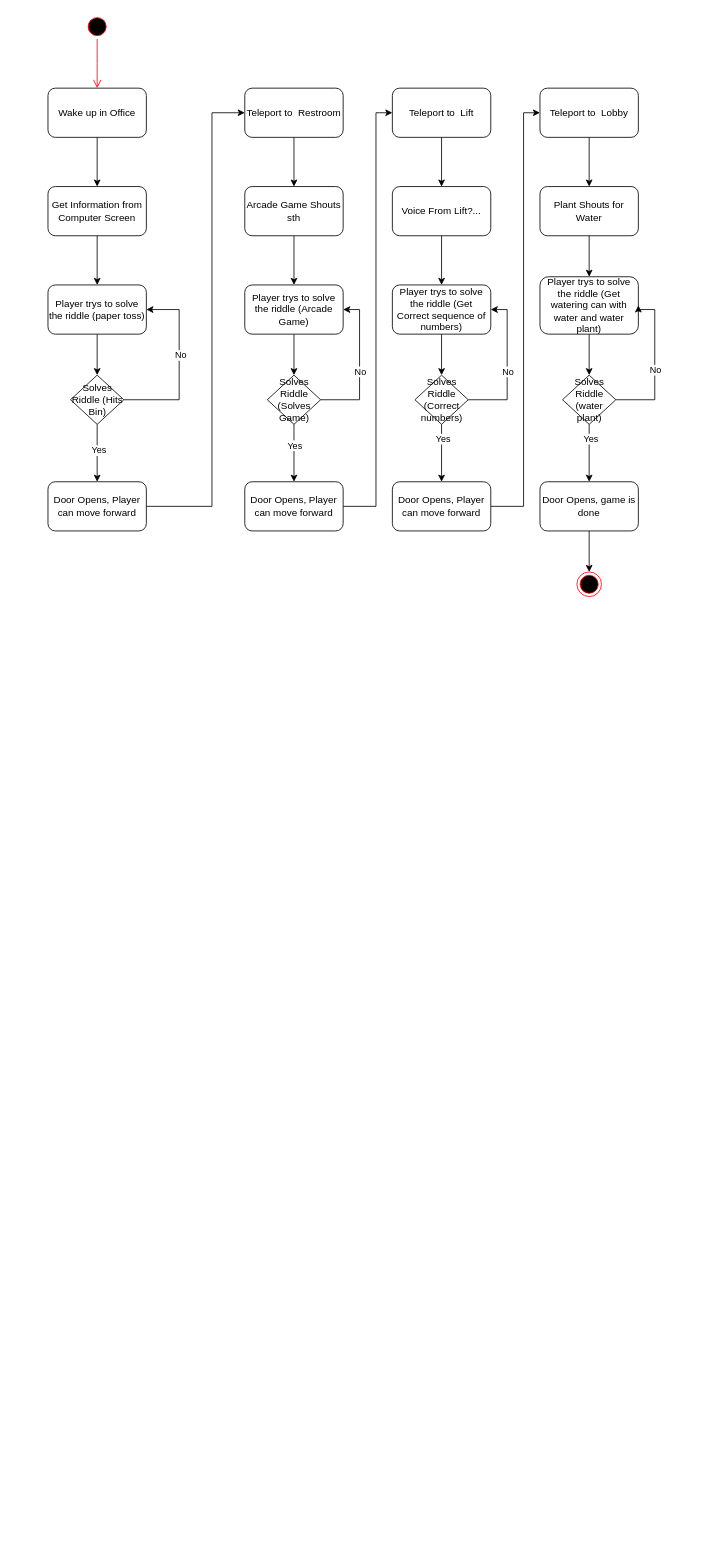
Earlier version of the draw.io diagram GameJam/UMLs.drawio (LksWllmnn/GD_PaulSpez23). Source tidied: cells renumbered, new cells numbered last; positions are measured from the earlier drawing's top-left corner, leaving out a move shared by most shapes. Both pictures are drawn from the tidied source at 82%, with x=0, y=0 at pixel (48, 14).
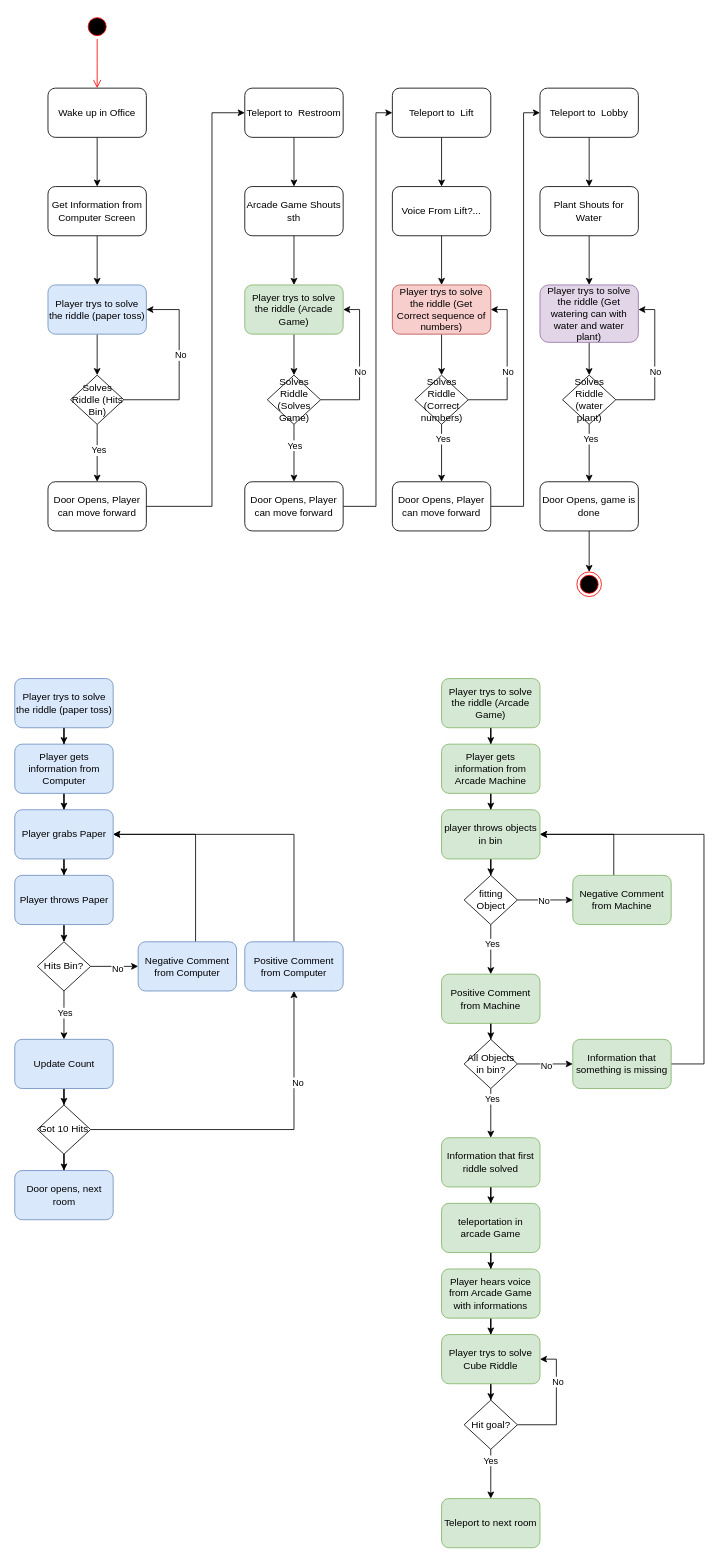
The same page after the edit.

The change refers to these unchanged cells:
```xml
<mxCell id="53" value="Solves Riddle (water plant)" style="rhombus;whiteSpace=wrap;html=1;" parent="1" vertex="1">
  <mxGeometry x="627.5" y="440" width="65" height="60" as="geometry" />
</mxCell>
```

Diff of the diagram source:
```diff
@@
-    <mxCell id="9" value="Player trys to solve the riddle (paper toss)" style="rounded=1;whiteSpace=wrap;html=1;" parent="1" vertex="1">
+    <mxCell id="9" value="Player trys to solve the riddle (paper toss)" style="rounded=1;whiteSpace=wrap;html=1;fillColor=#dae8fc;strokeColor=#6c8ebf;" parent="1" vertex="1">
       <mxGeometry y="330" width="120" height="60" as="geometry" />
     </mxCell>
@@
-    <mxCell id="22" value="Player trys to solve the riddle (Arcade Game)" style="rounded=1;whiteSpace=wrap;html=1;" parent="1" vertex="1">
+    <mxCell id="22" value="Player trys to solve the riddle (Arcade Game)" style="rounded=1;whiteSpace=wrap;html=1;fillColor=#d5e8d4;strokeColor=#82b366;" parent="1" vertex="1">
       <mxGeometry x="240" y="330" width="120" height="60" as="geometry" />
     </mxCell>
@@
-    <mxCell id="35" value="Player trys to solve the riddle (Get Correct sequence of numbers)" style="rounded=1;whiteSpace=wrap;html=1;" parent="1" vertex="1">
+    <mxCell id="35" value="Player trys to solve the riddle (Get Correct sequence of numbers)" style="rounded=1;whiteSpace=wrap;html=1;fillColor=#f8cecc;strokeColor=#b85450;" parent="1" vertex="1">
       <mxGeometry x="420" y="330" width="120" height="60" as="geometry" />
     </mxCell>
@@
-    <mxCell id="48" value="Player trys to solve the riddle (Get watering can with water and water plant)" style="rounded=1;whiteSpace=wrap;html=1;" parent="1" vertex="1">
-      <mxGeometry x="600" y="320" width="120" height="70" as="geometry" />
+    <mxCell id="48" value="Player trys to solve the riddle (Get watering can with water and water plant)" style="rounded=1;whiteSpace=wrap;html=1;fillColor=#e1d5e7;strokeColor=#9673a6;" parent="1" vertex="1">
+      <mxGeometry x="600" y="330" width="120" height="70" as="geometry" />
     </mxCell>
-    <mxCell id="49" style="edgeStyle=orthogonalEdgeStyle;rounded=0;jettySize=auto;html=1;entryX=1;entryY=0.5;entryDx=0;entryDy=0;" parent="1" edge="1" source="53" target="48">
+    <mxCell id="49" style="edgeStyle=orthogonalEdgeStyle;rounded=0;jettySize=auto;html=1;" parent="1" edge="1" source="53" target="48">
       <mxGeometry relative="1" as="geometry">
         <Array as="points">
           <mxPoint x="740" y="470" />
           <mxPoint x="740" y="360" />
         </Array>
       </mxGeometry>
     </mxCell>
@@
+    <mxCell id="57" style="edgeStyle=orthogonalEdgeStyle;rounded=0;jettySize=auto;html=1;" parent="1" edge="1" source="58" target="60">
+      <mxGeometry relative="1" as="geometry" />
+    </mxCell>
+    <mxCell id="58" value="Player gets information from Computer" style="rounded=1;whiteSpace=wrap;html=1;fillColor=#dae8fc;strokeColor=#6c8ebf;" parent="1" vertex="1">
+      <mxGeometry x="-40.5" y="890" width="120" height="60" as="geometry" />
+    </mxCell>
+    <mxCell id="59" style="edgeStyle=orthogonalEdgeStyle;rounded=0;jettySize=auto;html=1;" parent="1" edge="1" source="60" target="62">
+      <mxGeometry relative="1" as="geometry" />
+    </mxCell>
+    <mxCell id="60" value="Player grabs Paper" style="rounded=1;whiteSpace=wrap;html=1;fillColor=#dae8fc;strokeColor=#6c8ebf;" parent="1" vertex="1">
+      <mxGeometry x="-40.5" y="970" width="120" height="60" as="geometry" />
+    </mxCell>
+    <mxCell id="61" style="edgeStyle=orthogonalEdgeStyle;rounded=0;jettySize=auto;html=1;" parent="1" edge="1" source="62" target="67">
+      <mxGeometry relative="1" as="geometry" />
+    </mxCell>
+    <mxCell id="62" value="Player throws Paper" style="rounded=1;whiteSpace=wrap;html=1;fillColor=#dae8fc;strokeColor=#6c8ebf;" parent="1" vertex="1">
+      <mxGeometry x="-40.5" y="1050" width="120" height="60" as="geometry" />
+    </mxCell>
+    <mxCell id="63" style="edgeStyle=orthogonalEdgeStyle;rounded=0;jettySize=auto;html=1;" parent="1" edge="1" source="67" target="77">
+      <mxGeometry relative="1" as="geometry">
+        <Array as="points">
+          <mxPoint x="180" y="1161" />
+        </Array>
+      </mxGeometry>
+    </mxCell>
+    <mxCell id="64" value="No" style="edgeLabel;html=1;align=center;verticalAlign=middle;" parent="63" vertex="1">
+      <mxGeometry x="0.12" y="-1" relative="1" as="geometry">
+        <mxPoint y="1" as="offset" />
+      </mxGeometry>
+    </mxCell>
+    <mxCell id="65" style="edgeStyle=orthogonalEdgeStyle;rounded=0;jettySize=auto;html=1;" parent="1" edge="1" source="67" target="69">
+      <mxGeometry relative="1" as="geometry" />
+    </mxCell>
+    <mxCell id="66" value="Yes" style="edgeLabel;html=1;align=center;verticalAlign=middle;" parent="65" vertex="1">
+      <mxGeometry x="-0.13" y="1" relative="1" as="geometry" />
+    </mxCell>
+    <mxCell id="67" value="Hits Bin?" style="rhombus;whiteSpace=wrap;html=1;" parent="1" vertex="1">
+      <mxGeometry x="-13" y="1131" width="65" height="60" as="geometry" />
+    </mxCell>
+    <mxCell id="68" style="edgeStyle=orthogonalEdgeStyle;rounded=0;jettySize=auto;html=1;" parent="1" edge="1" source="69" target="73">
+      <mxGeometry relative="1" as="geometry" />
+    </mxCell>
+    <mxCell id="69" value="Update Count" style="rounded=1;whiteSpace=wrap;html=1;fillColor=#dae8fc;strokeColor=#6c8ebf;" parent="1" vertex="1">
+      <mxGeometry x="-40.5" y="1250" width="120" height="60" as="geometry" />
+    </mxCell>
+    <mxCell id="70" style="edgeStyle=orthogonalEdgeStyle;rounded=0;jettySize=auto;html=1;" parent="1" edge="1" source="73" target="75">
+      <mxGeometry relative="1" as="geometry" />
+    </mxCell>
+    <mxCell id="71" value="No" style="edgeLabel;html=1;align=center;verticalAlign=middle;" parent="70" vertex="1">
+      <mxGeometry x="0.47" y="-4" relative="1" as="geometry" />
+    </mxCell>
+    <mxCell id="72" style="edgeStyle=orthogonalEdgeStyle;rounded=0;jettySize=auto;html=1;" parent="1" edge="1" source="73" target="78">
+      <mxGeometry relative="1" as="geometry" />
+    </mxCell>
+    <mxCell id="73" value="Got 10 Hits" style="rhombus;whiteSpace=wrap;html=1;" parent="1" vertex="1">
+      <mxGeometry x="-13" y="1330" width="65" height="60" as="geometry" />
+    </mxCell>
+    <mxCell id="74" style="edgeStyle=orthogonalEdgeStyle;rounded=0;jettySize=auto;html=1;" parent="1" edge="1" source="75" target="60">
+      <mxGeometry relative="1" as="geometry">
+        <Array as="points">
+          <mxPoint x="300" y="1000" />
+        </Array>
+      </mxGeometry>
+    </mxCell>
+    <mxCell id="75" value="Positive Comment from Computer" style="rounded=1;whiteSpace=wrap;html=1;fillColor=#dae8fc;strokeColor=#6c8ebf;" parent="1" vertex="1">
+      <mxGeometry x="240" y="1131" width="120" height="60" as="geometry" />
+    </mxCell>
+    <mxCell id="76" style="edgeStyle=orthogonalEdgeStyle;rounded=0;jettySize=auto;html=1;" parent="1" edge="1" source="77" target="60">
+      <mxGeometry relative="1" as="geometry">
+        <Array as="points">
+          <mxPoint x="180" y="1000" />
+        </Array>
+      </mxGeometry>
+    </mxCell>
+    <mxCell id="77" value="Negative Comment from Computer" style="rounded=1;whiteSpace=wrap;html=1;fillColor=#dae8fc;strokeColor=#6c8ebf;" parent="1" vertex="1">
+      <mxGeometry x="110" y="1131" width="120" height="60" as="geometry" />
+    </mxCell>
+    <mxCell id="78" value="Door opens, next room" style="rounded=1;whiteSpace=wrap;html=1;fillColor=#dae8fc;strokeColor=#6c8ebf;" parent="1" vertex="1">
+      <mxGeometry x="-40.5" y="1410" width="120" height="60" as="geometry" />
+    </mxCell>
+    <mxCell id="79" style="edgeStyle=orthogonalEdgeStyle;rounded=0;jettySize=auto;html=1;" parent="1" edge="1" source="80" target="84">
+      <mxGeometry relative="1" as="geometry" />
+    </mxCell>
+    <mxCell id="80" value="Player trys to solve the riddle (Arcade Game)" style="rounded=1;whiteSpace=wrap;html=1;fillColor=#d5e8d4;strokeColor=#82b366;" parent="1" vertex="1">
+      <mxGeometry x="480" y="810" width="120" height="60" as="geometry" />
+    </mxCell>
+    <mxCell id="81" style="edgeStyle=orthogonalEdgeStyle;rounded=0;jettySize=auto;html=1;" parent="1" edge="1" source="82" target="58">
+      <mxGeometry relative="1" as="geometry" />
+    </mxCell>
+    <mxCell id="82" value="Player trys to solve the riddle (paper toss)" style="rounded=1;whiteSpace=wrap;html=1;fillColor=#dae8fc;strokeColor=#6c8ebf;" parent="1" vertex="1">
+      <mxGeometry x="-40.5" y="810" width="120" height="60" as="geometry" />
+    </mxCell>
+    <mxCell id="83" style="edgeStyle=orthogonalEdgeStyle;rounded=0;jettySize=auto;html=1;" parent="1" edge="1" source="84" target="86">
+      <mxGeometry relative="1" as="geometry" />
+    </mxCell>
+    <mxCell id="84" value="Player gets information from Arcade Machine" style="rounded=1;whiteSpace=wrap;html=1;fillColor=#d5e8d4;strokeColor=#82b366;" parent="1" vertex="1">
+      <mxGeometry x="480" y="890" width="120" height="60" as="geometry" />
+    </mxCell>
+    <mxCell id="85" style="edgeStyle=orthogonalEdgeStyle;rounded=0;jettySize=auto;html=1;" parent="1" edge="1" source="86" target="91">
+      <mxGeometry relative="1" as="geometry" />
+    </mxCell>
+    <mxCell id="86" value="player throws objects in bin" style="rounded=1;whiteSpace=wrap;html=1;fillColor=#d5e8d4;strokeColor=#82b366;" parent="1" vertex="1">
+      <mxGeometry x="480" y="970" width="120" height="60" as="geometry" />
+    </mxCell>
+    <mxCell id="87" style="edgeStyle=orthogonalEdgeStyle;rounded=0;jettySize=auto;html=1;" parent="1" edge="1" source="91" target="93">
+      <mxGeometry relative="1" as="geometry" />
+    </mxCell>
+    <mxCell id="88" value="No" style="edgeLabel;html=1;align=center;verticalAlign=middle;" parent="87" vertex="1">
+      <mxGeometry x="-0.04" y="-1" relative="1" as="geometry" />
+    </mxCell>
+    <mxCell id="89" style="edgeStyle=orthogonalEdgeStyle;rounded=0;jettySize=auto;html=1;" parent="1" edge="1" source="91" target="95">
+      <mxGeometry relative="1" as="geometry" />
+    </mxCell>
+    <mxCell id="90" value="Yes" style="edgeLabel;html=1;align=center;verticalAlign=middle;" parent="89" vertex="1">
+      <mxGeometry x="-0.25" y="1" relative="1" as="geometry" />
+    </mxCell>
+    <mxCell id="91" value="fitting Object" style="rhombus;whiteSpace=wrap;html=1;" parent="1" vertex="1">
+      <mxGeometry x="507.5" y="1050" width="65" height="60" as="geometry" />
+    </mxCell>
+    <mxCell id="92" style="edgeStyle=orthogonalEdgeStyle;rounded=0;jettySize=auto;html=1;" parent="1" edge="1" source="93" target="86">
+      <mxGeometry relative="1" as="geometry">
+        <Array as="points">
+          <mxPoint x="690" y="1000" />
+        </Array>
+      </mxGeometry>
+    </mxCell>
+    <mxCell id="93" value="Negative Comment from Machine" style="rounded=1;whiteSpace=wrap;html=1;fillColor=#d5e8d4;strokeColor=#82b366;" parent="1" vertex="1">
+      <mxGeometry x="640" y="1050" width="120" height="60" as="geometry" />
+    </mxCell>
+    <mxCell id="94" style="edgeStyle=orthogonalEdgeStyle;rounded=0;jettySize=auto;html=1;" parent="1" edge="1" source="95" target="100">
+      <mxGeometry relative="1" as="geometry" />
+    </mxCell>
+    <mxCell id="95" value="Positive Comment from Machine" style="rounded=1;whiteSpace=wrap;html=1;fillColor=#d5e8d4;strokeColor=#82b366;" parent="1" vertex="1">
+      <mxGeometry x="480" y="1170.5" width="120" height="60" as="geometry" />
+    </mxCell>
+    <mxCell id="96" style="edgeStyle=orthogonalEdgeStyle;rounded=0;jettySize=auto;html=1;" parent="1" edge="1" source="100" target="102">
+      <mxGeometry relative="1" as="geometry" />
+    </mxCell>
+    <mxCell id="97" value="No" style="edgeLabel;html=1;align=center;verticalAlign=middle;" parent="96" vertex="1">
+      <mxGeometry x="0.02" y="-2" relative="1" as="geometry">
+        <mxPoint x="1" as="offset" />
+      </mxGeometry>
+    </mxCell>
+    <mxCell id="98" style="edgeStyle=orthogonalEdgeStyle;rounded=0;jettySize=auto;html=1;" parent="1" edge="1" source="100" target="104">
+      <mxGeometry relative="1" as="geometry" />
+    </mxCell>
+    <mxCell id="99" value="Yes" style="edgeLabel;html=1;align=center;verticalAlign=middle;" parent="98" vertex="1">
+      <mxGeometry x="-0.6" y="1" relative="1" as="geometry" />
+    </mxCell>
+    <mxCell id="100" value="All Objects in bin?" style="rhombus;whiteSpace=wrap;html=1;" parent="1" vertex="1">
+      <mxGeometry x="507.5" y="1250" width="65" height="60" as="geometry" />
+    </mxCell>
+    <mxCell id="101" style="edgeStyle=orthogonalEdgeStyle;rounded=0;jettySize=auto;html=1;" parent="1" edge="1" source="102" target="86">
+      <mxGeometry relative="1" as="geometry">
+        <Array as="points">
+          <mxPoint x="800" y="1280" />
+          <mxPoint x="800" y="1000" />
+        </Array>
+      </mxGeometry>
+    </mxCell>
+    <mxCell id="102" value="Information that something is missing" style="rounded=1;whiteSpace=wrap;html=1;fillColor=#d5e8d4;strokeColor=#82b366;" parent="1" vertex="1">
+      <mxGeometry x="640" y="1250" width="120" height="60" as="geometry" />
+    </mxCell>
+    <mxCell id="103" style="edgeStyle=orthogonalEdgeStyle;rounded=0;jettySize=auto;html=1;" parent="1" edge="1" source="104" target="106">
+      <mxGeometry relative="1" as="geometry" />
+    </mxCell>
+    <mxCell id="104" value="Information that first riddle solved" style="rounded=1;whiteSpace=wrap;html=1;fillColor=#d5e8d4;strokeColor=#82b366;" parent="1" vertex="1">
+      <mxGeometry x="480" y="1370" width="120" height="60" as="geometry" />
+    </mxCell>
+    <mxCell id="105" style="edgeStyle=orthogonalEdgeStyle;rounded=0;jettySize=auto;html=1;" parent="1" edge="1" source="106" target="108">
+      <mxGeometry relative="1" as="geometry" />
+    </mxCell>
+    <mxCell id="106" value="teleportation in arcade Game" style="rounded=1;whiteSpace=wrap;html=1;fillColor=#d5e8d4;strokeColor=#82b366;" parent="1" vertex="1">
+      <mxGeometry x="480" y="1450" width="120" height="60" as="geometry" />
+    </mxCell>
+    <mxCell id="107" style="edgeStyle=orthogonalEdgeStyle;rounded=0;jettySize=auto;html=1;" parent="1" edge="1" source="108" target="110">
+      <mxGeometry relative="1" as="geometry" />
+    </mxCell>
+    <mxCell id="108" value="Player hears voice from Arcade Game with informations" style="rounded=1;whiteSpace=wrap;html=1;fillColor=#d5e8d4;strokeColor=#82b366;" parent="1" vertex="1">
+      <mxGeometry x="480" y="1530" width="120" height="60" as="geometry" />
+    </mxCell>
+    <mxCell id="109" style="edgeStyle=orthogonalEdgeStyle;rounded=0;jettySize=auto;html=1;" parent="1" edge="1" source="110" target="115">
+      <mxGeometry relative="1" as="geometry" />
+    </mxCell>
+    <mxCell id="110" value="Player trys to solve Cube Riddle" style="rounded=1;whiteSpace=wrap;html=1;fillColor=#d5e8d4;strokeColor=#82b366;" parent="1" vertex="1">
+      <mxGeometry x="480" y="1610" width="120" height="60" as="geometry" />
+    </mxCell>
+    <mxCell id="111" style="edgeStyle=orthogonalEdgeStyle;rounded=0;jettySize=auto;html=1;" parent="1" edge="1" source="115" target="116">
+      <mxGeometry relative="1" as="geometry" />
+    </mxCell>
+    <mxCell id="112" value="Yes" style="edgeLabel;html=1;align=center;verticalAlign=middle;" parent="111" vertex="1">
+      <mxGeometry x="-0.57" y="-1" relative="1" as="geometry" />
+    </mxCell>
+    <mxCell id="113" style="edgeStyle=orthogonalEdgeStyle;rounded=0;jettySize=auto;html=1;entryX=1;entryY=0.5;entryDx=0;entryDy=0;" parent="1" edge="1" source="115" target="110">
+      <mxGeometry relative="1" as="geometry">
+        <Array as="points">
+          <mxPoint x="620" y="1720" />
+          <mxPoint x="620" y="1640" />
+        </Array>
+      </mxGeometry>
+    </mxCell>
+    <mxCell id="114" value="No" style="edgeLabel;html=1;align=center;verticalAlign=middle;" parent="113" vertex="1">
+      <mxGeometry x="0.36" y="-1" relative="1" as="geometry" />
+    </mxCell>
+    <mxCell id="115" value="Hit goal?" style="rhombus;whiteSpace=wrap;html=1;" parent="1" vertex="1">
+      <mxGeometry x="507.5" y="1690" width="65" height="60" as="geometry" />
+    </mxCell>
+    <mxCell id="116" value="Teleport to next room" style="rounded=1;whiteSpace=wrap;html=1;fillColor=#d5e8d4;strokeColor=#82b366;" parent="1" vertex="1">
+      <mxGeometry x="480" y="1810" width="120" height="60" as="geometry" />
+    </mxCell>
```
